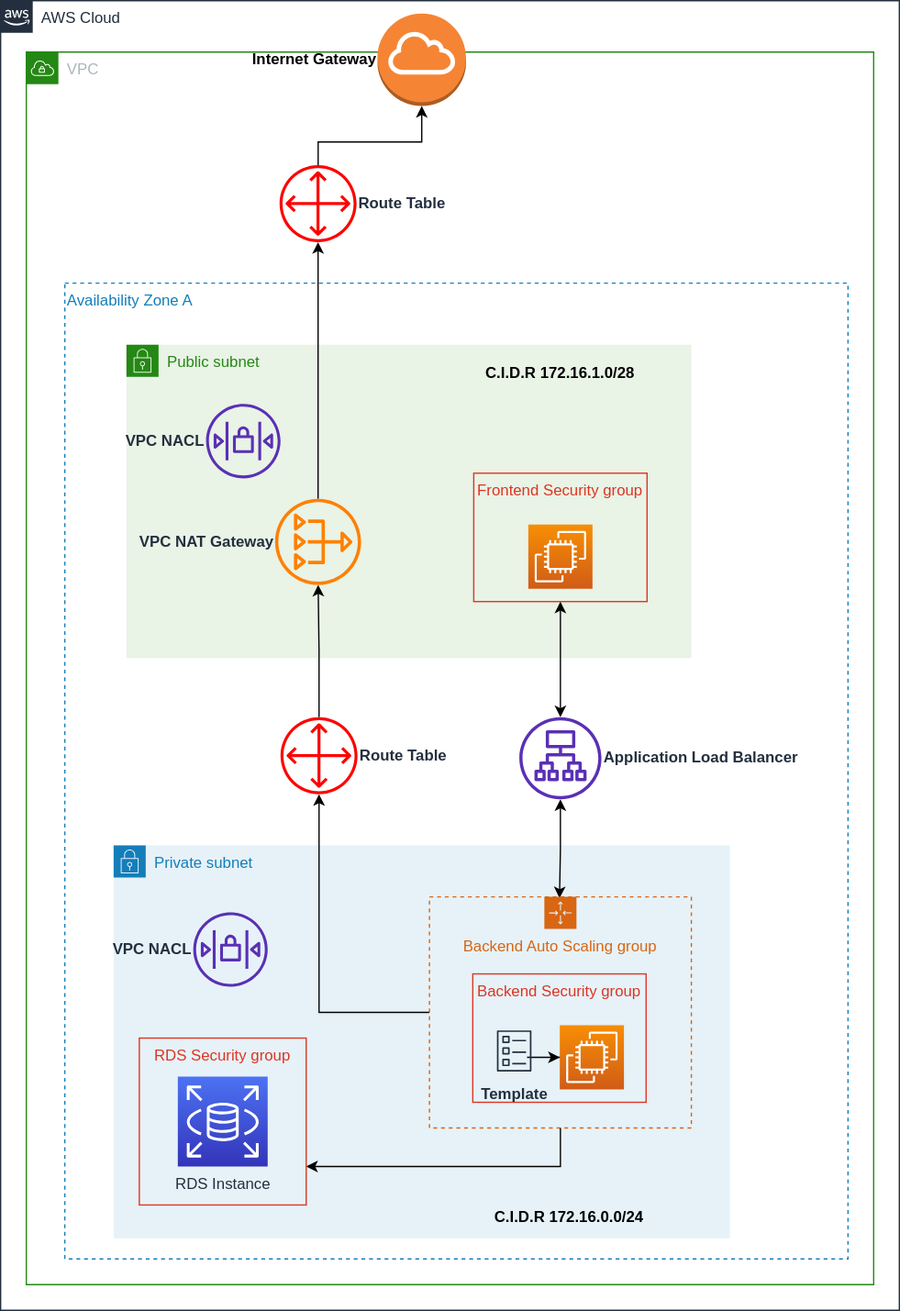
Before: Evidences/05 - Simple Architecture.svg, a diagram exported from draw.io (andresbelo12/perficient-ramp-up). Source tidied: cells renumbered, new cells last; positions are measured from the earlier drawing's top-left corner, leaving out a move shared by most shapes. Its diagram source:
```xml
<mxGraphModel>
  <root>
    <mxCell id="0" />
    <mxCell id="1" parent="0" />
    <mxCell id="2" value="AWS Cloud" style="gradientColor=none;html=1;whiteSpace=wrap;fontSize=12;fontStyle=0;shape=mxgraph.aws4.group;grIcon=mxgraph.aws4.group_aws_cloud_alt;strokeColor=#232F3E;fillColor=none;verticalAlign=top;align=left;spacingLeft=30;fontColor=#232F3E;dashed=0;labelBackgroundColor=none;fontFamily=Helvetica;" parent="1" vertex="1">
      <mxGeometry width="700" height="1020" as="geometry" />
    </mxCell>
    <mxCell id="3" value="VPC" style="gradientColor=none;html=1;whiteSpace=wrap;fontSize=12;fontStyle=0;shape=mxgraph.aws4.group;grIcon=mxgraph.aws4.group_vpc;strokeColor=#248814;fillColor=none;verticalAlign=top;align=left;spacingLeft=30;fontColor=#AAB7B8;dashed=0;labelBackgroundColor=none;fontFamily=Helvetica;" parent="1" vertex="1">
      <mxGeometry x="20" y="40" width="660" height="960" as="geometry" />
    </mxCell>
    <mxCell id="4" value="Availability Zone A" style="fillColor=none;strokeColor=#147EBA;dashed=1;verticalAlign=top;fontStyle=0;fontColor=#147EBA;labelBackgroundColor=none;fontFamily=Helvetica;align=left;" parent="1" vertex="1">
      <mxGeometry x="50" y="220" width="610" height="760" as="geometry" />
    </mxCell>
    <mxCell id="5" value="Private subnet" style="gradientColor=none;html=1;whiteSpace=wrap;fontSize=12;fontStyle=0;shape=mxgraph.aws4.group;grIcon=mxgraph.aws4.group_security_group;grStroke=0;strokeColor=#147EBA;fillColor=#E6F2F8;verticalAlign=top;align=left;spacingLeft=30;fontColor=#147EBA;dashed=0;" parent="1" vertex="1">
      <mxGeometry x="88" y="658" width="480" height="306" as="geometry" />
    </mxCell>
    <mxCell id="6" value="Public subnet" style="gradientColor=none;html=1;whiteSpace=wrap;fontSize=12;fontStyle=0;shape=mxgraph.aws4.group;grIcon=mxgraph.aws4.group_security_group;grStroke=0;strokeColor=#248814;fillColor=#E9F3E6;verticalAlign=top;align=left;spacingLeft=30;fontColor=#248814;dashed=0;" parent="1" vertex="1">
      <mxGeometry x="98" y="268" width="440" height="244" as="geometry" />
    </mxCell>
    <mxCell id="7" value="Backend Security group" style="fillColor=none;strokeColor=#DD3522;verticalAlign=top;fontStyle=0;fontColor=#DD3522;" parent="1" vertex="1">
      <mxGeometry x="367.8" y="758" width="135" height="100" as="geometry" />
    </mxCell>
    <mxCell id="8" value="RDS Instance" style="fontColor=#232F3E;gradientColor=#4D72F3;gradientDirection=north;fillColor=#3334B9;strokeColor=#ffffff;dashed=0;verticalLabelPosition=bottom;verticalAlign=top;align=center;html=1;fontSize=12;fontStyle=0;shape=mxgraph.aws4.resourceIcon;resIcon=mxgraph.aws4.rds;" parent="1" vertex="1">
      <mxGeometry x="138" y="838" width="70" height="70" as="geometry" />
    </mxCell>
    <mxCell id="9" style="edgeStyle=orthogonalEdgeStyle;rounded=0;jettySize=auto;html=1;entryX=0.75;entryY=0.625;entryDx=0;entryDy=0;entryPerimeter=0;startArrow=classic;startFill=1;endArrow=none;endFill=0;" parent="1" edge="1" source="10" target="25">
      <mxGeometry relative="1" as="geometry" />
    </mxCell>
    <mxCell id="10" style="points=[[0,0,0],[0.25,0,0],[0.5,0,0],[0.75,0,0],[1,0,0],[0,1,0],[0.25,1,0],[0.5,1,0],[0.75,1,0],[1,1,0],[0,0.25,0],[0,0.5,0],[0,0.75,0],[1,0.25,0],[1,0.5,0],[1,0.75,0]];outlineConnect=0;fontColor=#232F3E;gradientColor=#F78E04;gradientDirection=north;fillColor=#D05C17;strokeColor=#ffffff;dashed=0;verticalLabelPosition=bottom;verticalAlign=top;align=center;html=1;fontSize=12;fontStyle=0;shape=mxgraph.aws4.resourceIcon;resIcon=mxgraph.aws4.ec2;" parent="1" vertex="1">
      <mxGeometry x="435.5" y="798" width="50" height="50" as="geometry" />
    </mxCell>
    <mxCell id="11" style="edgeStyle=orthogonalEdgeStyle;rounded=0;jettySize=auto;html=1;" parent="1" edge="1" source="13" target="16">
      <mxGeometry relative="1" as="geometry" />
    </mxCell>
    <mxCell id="12" style="edgeStyle=orthogonalEdgeStyle;rounded=0;jettySize=auto;html=1;entryX=0;entryY=0.5;entryDx=0;entryDy=0;startArrow=classic;startFill=1;endArrow=none;endFill=0;" parent="1" edge="1" source="13" target="26">
      <mxGeometry relative="1" as="geometry">
        <Array as="points">
          <mxPoint x="248" y="788" />
        </Array>
      </mxGeometry>
    </mxCell>
    <mxCell id="13" value="Route Table" style="outlineConnect=0;fontColor=#232F3E;gradientColor=none;strokeColor=none;dashed=0;verticalLabelPosition=middle;verticalAlign=middle;align=left;html=1;fontSize=12;fontStyle=1;shape=mxgraph.aws4.customer_gateway;fillColor=#FF0000;labelPosition=right;" parent="1" vertex="1">
      <mxGeometry x="218" y="558" width="60" height="60" as="geometry" />
    </mxCell>
    <mxCell id="14" value="VPC NACL" style="fontColor=#232F3E;gradientColor=none;fillColor=#5A30B5;strokeColor=none;dashed=0;verticalLabelPosition=middle;verticalAlign=middle;align=right;html=1;fontSize=12;fontStyle=1;shape=mxgraph.aws4.network_access_control_list;labelPosition=left;" parent="1" vertex="1">
      <mxGeometry x="160" y="314" width="58" height="58" as="geometry" />
    </mxCell>
    <mxCell id="15" style="edgeStyle=orthogonalEdgeStyle;rounded=0;jettySize=auto;html=1;" parent="1" edge="1" source="16" target="23">
      <mxGeometry relative="1" as="geometry" />
    </mxCell>
    <mxCell id="16" value="VPC NAT Gateway" style="outlineConnect=0;fontColor=#232F3E;gradientColor=none;strokeColor=none;dashed=0;verticalLabelPosition=middle;verticalAlign=middle;align=right;html=1;fontSize=12;fontStyle=1;shape=mxgraph.aws4.nat_gateway;fillColor=#FF8000;labelBackgroundColor=none;labelBorderColor=none;fontFamily=Helvetica;labelPosition=left;" parent="1" vertex="1">
      <mxGeometry x="213.8" y="388" width="67" height="67" as="geometry" />
    </mxCell>
    <mxCell id="17" value="Frontend Security group" style="fillColor=none;strokeColor=#DD3522;verticalAlign=top;fontStyle=0;fontColor=#DD3522;" parent="1" vertex="1">
      <mxGeometry x="368.5" y="368" width="135" height="100" as="geometry" />
    </mxCell>
    <mxCell id="18" style="edgeStyle=orthogonalEdgeStyle;rounded=0;jettySize=auto;html=1;fontFamily=Helvetica;startArrow=classic;startFill=1;endArrow=classic;endFill=1;exitX=0.5;exitY=1;exitDx=0;exitDy=0;" parent="1" edge="1" source="17" target="21">
      <mxGeometry relative="1" as="geometry" />
    </mxCell>
    <mxCell id="19" style="points=[[0,0,0],[0.25,0,0],[0.5,0,0],[0.75,0,0],[1,0,0],[0,1,0],[0.25,1,0],[0.5,1,0],[0.75,1,0],[1,1,0],[0,0.25,0],[0,0.5,0],[0,0.75,0],[1,0.25,0],[1,0.5,0],[1,0.75,0]];outlineConnect=0;fontColor=#232F3E;gradientColor=#F78E04;gradientDirection=north;fillColor=#D05C17;strokeColor=#ffffff;dashed=0;verticalLabelPosition=bottom;verticalAlign=top;align=center;html=1;fontSize=12;fontStyle=0;shape=mxgraph.aws4.resourceIcon;resIcon=mxgraph.aws4.ec2;" parent="1" vertex="1">
      <mxGeometry x="411" y="408" width="50" height="50" as="geometry" />
    </mxCell>
    <mxCell id="20" style="edgeStyle=orthogonalEdgeStyle;rounded=0;jettySize=auto;html=1;fontFamily=Helvetica;startArrow=classic;startFill=1;endArrow=classic;endFill=1;" parent="1" edge="1" source="21">
      <mxGeometry relative="1" as="geometry">
        <mxPoint x="435.3" y="699" as="targetPoint" />
      </mxGeometry>
    </mxCell>
    <mxCell id="21" value="&lt;span style=&quot;font-weight: 700&quot;&gt;Application Load Balancer&lt;/span&gt;" style="outlineConnect=0;fontColor=#232F3E;gradientColor=none;fillColor=#5A30B5;strokeColor=none;dashed=0;verticalLabelPosition=middle;verticalAlign=middle;align=left;html=1;fontSize=12;fontStyle=0;shape=mxgraph.aws4.application_load_balancer;labelBackgroundColor=none;fontFamily=Helvetica;labelPosition=right;" parent="1" vertex="1">
      <mxGeometry x="404" y="558" width="64" height="64" as="geometry" />
    </mxCell>
    <mxCell id="22" style="edgeStyle=orthogonalEdgeStyle;rounded=0;jettySize=auto;html=1;entryX=0.5;entryY=1;entryDx=0;entryDy=0;entryPerimeter=0;startArrow=none;startFill=0;endArrow=classic;endFill=1;" parent="1" edge="1" source="23" target="24">
      <mxGeometry relative="1" as="geometry">
        <Array as="points">
          <mxPoint x="247" y="110" />
          <mxPoint x="328" y="110" />
        </Array>
      </mxGeometry>
    </mxCell>
    <mxCell id="23" value="Route Table" style="outlineConnect=0;fontColor=#232F3E;gradientColor=none;strokeColor=none;dashed=0;verticalLabelPosition=middle;verticalAlign=middle;align=left;html=1;fontSize=12;fontStyle=1;shape=mxgraph.aws4.customer_gateway;fillColor=#FF0000;labelPosition=right;" parent="1" vertex="1">
      <mxGeometry x="217.2" y="128" width="60" height="60" as="geometry" />
    </mxCell>
    <mxCell id="24" value="Internet Gateway" style="outlineConnect=0;dashed=0;verticalLabelPosition=middle;verticalAlign=middle;align=right;html=1;shape=mxgraph.aws3.internet_gateway;fillColor=#F58534;gradientColor=none;labelBackgroundColor=none;fontFamily=Helvetica;fontStyle=1;labelPosition=left;" parent="1" vertex="1">
      <mxGeometry x="293.5" y="10" width="69" height="72" as="geometry" />
    </mxCell>
    <mxCell id="25" value="&lt;b&gt;Template&lt;/b&gt;" style="outlineConnect=0;fontColor=#232F3E;gradientColor=none;strokeColor=#232F3E;dashed=0;verticalLabelPosition=bottom;verticalAlign=top;align=center;html=1;fontSize=12;fontStyle=0;shape=mxgraph.aws4.resourceIcon;resIcon=mxgraph.aws4.template;fillColor=none;" parent="1" vertex="1">
      <mxGeometry x="380" y="798" width="40" height="40" as="geometry" />
    </mxCell>
    <mxCell id="26" value="Backend Auto Scaling group" style="points=[[0,0],[0.25,0],[0.5,0],[0.75,0],[1,0],[1,0.25],[1,0.5],[1,0.75],[1,1],[0.75,1],[0.5,1],[0.25,1],[0,1],[0,0.75],[0,0.5],[0,0.25]];outlineConnect=0;gradientColor=none;html=1;whiteSpace=wrap;fontSize=12;fontStyle=0;shape=mxgraph.aws4.groupCenter;grIcon=mxgraph.aws4.group_auto_scaling_group;grStroke=1;strokeColor=#D86613;fillColor=none;verticalAlign=top;align=center;fontColor=#D86613;dashed=1;spacingTop=25;" parent="1" vertex="1">
      <mxGeometry x="334" y="698" width="204" height="180" as="geometry" />
    </mxCell>
    <mxCell id="27" style="edgeStyle=orthogonalEdgeStyle;rounded=0;jettySize=auto;html=1;startArrow=classic;startFill=1;endArrow=none;endFill=0;" parent="1" edge="1" source="28" target="26">
      <mxGeometry relative="1" as="geometry">
        <Array as="points">
          <mxPoint x="436" y="908" />
        </Array>
      </mxGeometry>
    </mxCell>
    <mxCell id="28" value="RDS Security group" style="fillColor=none;strokeColor=#DD3522;verticalAlign=top;fontStyle=0;fontColor=#DD3522;" parent="1" vertex="1">
      <mxGeometry x="108" y="808" width="130" height="130" as="geometry" />
    </mxCell>
    <mxCell id="29" value="&lt;b&gt;C.I.D.R&amp;nbsp;172.16.1.0/28&lt;/b&gt;" style="text;html=1;strokeColor=none;fillColor=none;align=center;verticalAlign=middle;whiteSpace=wrap;rounded=0;" parent="1" vertex="1">
      <mxGeometry x="361" y="280" width="150" height="20" as="geometry" />
    </mxCell>
    <mxCell id="30" value="&lt;b&gt;C.I.D.R&amp;nbsp;172.16.0.0/24&lt;/b&gt;" style="text;html=1;strokeColor=none;fillColor=none;align=center;verticalAlign=middle;whiteSpace=wrap;rounded=0;" parent="1" vertex="1">
      <mxGeometry x="367.8" y="938" width="150" height="20" as="geometry" />
    </mxCell>
    <mxCell id="31" value="VPC NACL" style="fontColor=#232F3E;gradientColor=none;fillColor=#5A30B5;strokeColor=none;dashed=0;verticalLabelPosition=middle;verticalAlign=middle;align=right;html=1;fontSize=12;fontStyle=1;shape=mxgraph.aws4.network_access_control_list;labelPosition=left;" parent="1" vertex="1">
      <mxGeometry x="150" y="710" width="58" height="58" as="geometry" />
    </mxCell>
  </root>
</mxGraphModel>
```
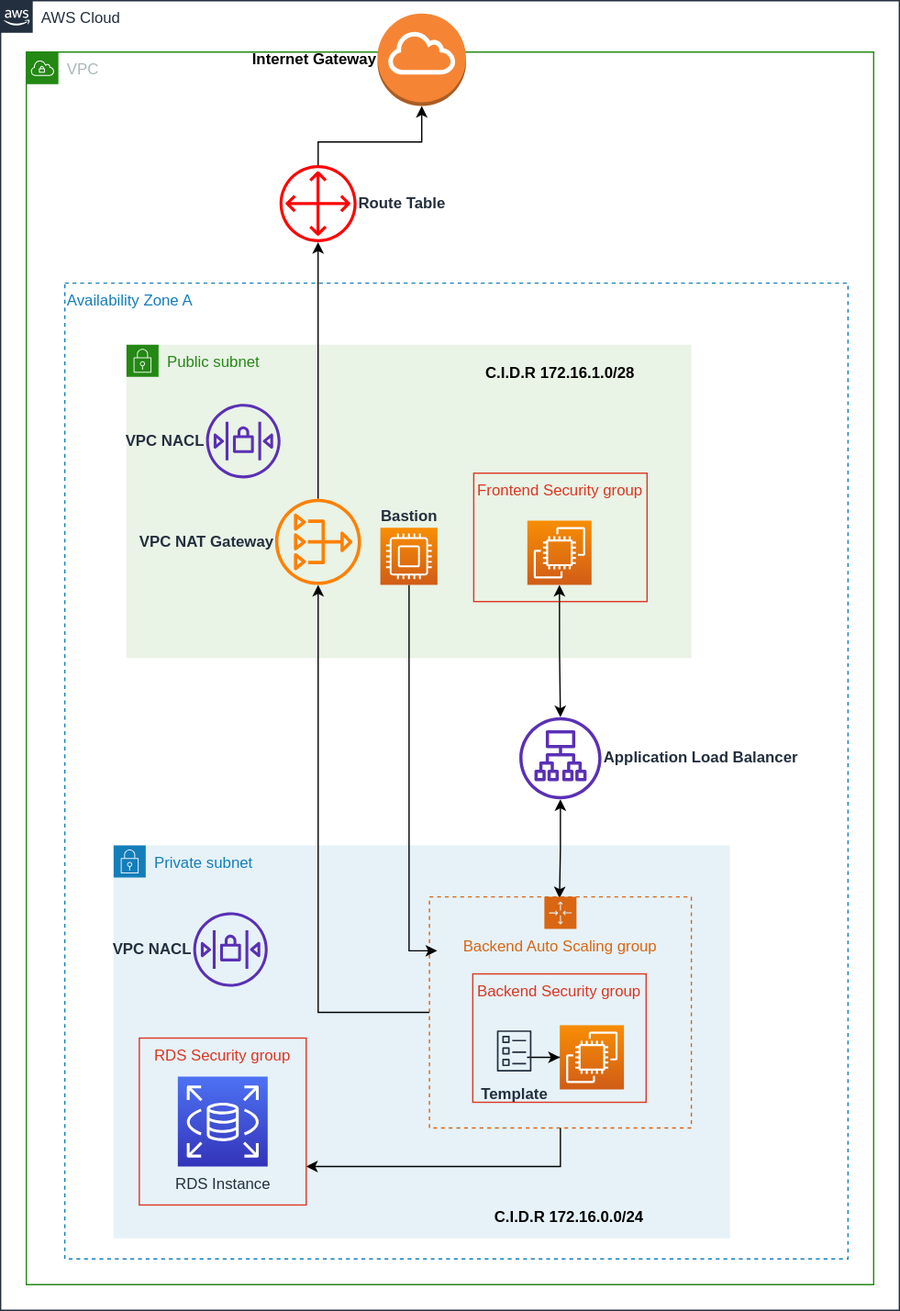
Later version of the same file.

Diff of the diagram source:
```diff
@@ -29,19 +29,13 @@
     <mxCell id="10" style="points=[[0,0,0],[0.25,0,0],[0.5,0,0],[0.75,0,0],[1,0,0],[0,1,0],[0.25,1,0],[0.5,1,0],[0.75,1,0],[1,1,0],[0,0.25,0],[0,0.5,0],[0,0.75,0],[1,0.25,0],[1,0.5,0],[1,0.75,0]];outlineConnect=0;fontColor=#232F3E;gradientColor=#F78E04;gradientDirection=north;fillColor=#D05C17;strokeColor=#ffffff;dashed=0;verticalLabelPosition=bottom;verticalAlign=top;align=center;html=1;fontSize=12;fontStyle=0;shape=mxgraph.aws4.resourceIcon;resIcon=mxgraph.aws4.ec2;" parent="1" vertex="1">
       <mxGeometry x="435.5" y="798" width="50" height="50" as="geometry" />
     </mxCell>
-    <mxCell id="11" style="edgeStyle=orthogonalEdgeStyle;rounded=0;jettySize=auto;html=1;" parent="1" edge="1" source="13" target="16">
-      <mxGeometry relative="1" as="geometry" />
-    </mxCell>
-    <mxCell id="12" style="edgeStyle=orthogonalEdgeStyle;rounded=0;jettySize=auto;html=1;entryX=0;entryY=0.5;entryDx=0;entryDy=0;startArrow=classic;startFill=1;endArrow=none;endFill=0;" parent="1" edge="1" source="13" target="26">
+    <mxCell id="12" style="edgeStyle=orthogonalEdgeStyle;rounded=0;jettySize=auto;html=1;entryX=0;entryY=0.5;entryDx=0;entryDy=0;startArrow=classic;startFill=1;endArrow=none;endFill=0;" parent="1" edge="1" source="16" target="26">
       <mxGeometry relative="1" as="geometry">
         <Array as="points">
-          <mxPoint x="248" y="788" />
+          <mxPoint x="247" y="788" />
         </Array>
       </mxGeometry>
     </mxCell>
-    <mxCell id="13" value="Route Table" style="outlineConnect=0;fontColor=#232F3E;gradientColor=none;strokeColor=none;dashed=0;verticalLabelPosition=middle;verticalAlign=middle;align=left;html=1;fontSize=12;fontStyle=1;shape=mxgraph.aws4.customer_gateway;fillColor=#FF0000;labelPosition=right;" parent="1" vertex="1">
-      <mxGeometry x="218" y="558" width="60" height="60" as="geometry" />
-    </mxCell>
     <mxCell id="14" value="VPC NACL" style="fontColor=#232F3E;gradientColor=none;fillColor=#5A30B5;strokeColor=none;dashed=0;verticalLabelPosition=middle;verticalAlign=middle;align=right;html=1;fontSize=12;fontStyle=1;shape=mxgraph.aws4.network_access_control_list;labelPosition=left;" parent="1" vertex="1">
       <mxGeometry x="160" y="314" width="58" height="58" as="geometry" />
     </mxCell>
@@ -54,11 +48,11 @@
     <mxCell id="17" value="Frontend Security group" style="fillColor=none;strokeColor=#DD3522;verticalAlign=top;fontStyle=0;fontColor=#DD3522;" parent="1" vertex="1">
       <mxGeometry x="368.5" y="368" width="135" height="100" as="geometry" />
     </mxCell>
-    <mxCell id="18" style="edgeStyle=orthogonalEdgeStyle;rounded=0;jettySize=auto;html=1;fontFamily=Helvetica;startArrow=classic;startFill=1;endArrow=classic;endFill=1;exitX=0.5;exitY=1;exitDx=0;exitDy=0;" parent="1" edge="1" source="17" target="21">
+    <mxCell id="18" style="edgeStyle=orthogonalEdgeStyle;rounded=0;jettySize=auto;html=1;fontFamily=Helvetica;startArrow=classic;startFill=1;endArrow=classic;endFill=1;exitX=0.5;exitY=1;exitDx=0;exitDy=0;exitPerimeter=0;" parent="1" edge="1" source="19" target="21">
       <mxGeometry relative="1" as="geometry" />
     </mxCell>
     <mxCell id="19" style="points=[[0,0,0],[0.25,0,0],[0.5,0,0],[0.75,0,0],[1,0,0],[0,1,0],[0.25,1,0],[0.5,1,0],[0.75,1,0],[1,1,0],[0,0.25,0],[0,0.5,0],[0,0.75,0],[1,0.25,0],[1,0.5,0],[1,0.75,0]];outlineConnect=0;fontColor=#232F3E;gradientColor=#F78E04;gradientDirection=north;fillColor=#D05C17;strokeColor=#ffffff;dashed=0;verticalLabelPosition=bottom;verticalAlign=top;align=center;html=1;fontSize=12;fontStyle=0;shape=mxgraph.aws4.resourceIcon;resIcon=mxgraph.aws4.ec2;" parent="1" vertex="1">
-      <mxGeometry x="411" y="408" width="50" height="50" as="geometry" />
+      <mxGeometry x="410.2" y="405" width="50" height="50" as="geometry" />
     </mxCell>
     <mxCell id="20" style="edgeStyle=orthogonalEdgeStyle;rounded=0;jettySize=auto;html=1;fontFamily=Helvetica;startArrow=classic;startFill=1;endArrow=classic;endFill=1;" parent="1" edge="1" source="21">
       <mxGeometry relative="1" as="geometry">
@@ -107,5 +101,16 @@
     <mxCell id="31" value="VPC NACL" style="fontColor=#232F3E;gradientColor=none;fillColor=#5A30B5;strokeColor=none;dashed=0;verticalLabelPosition=middle;verticalAlign=middle;align=right;html=1;fontSize=12;fontStyle=1;shape=mxgraph.aws4.network_access_control_list;labelPosition=left;" parent="1" vertex="1">
       <mxGeometry x="150" y="710" width="58" height="58" as="geometry" />
     </mxCell>
+    <mxCell id="32" style="edgeStyle=orthogonalEdgeStyle;rounded=0;jettySize=auto;html=1;" parent="1" edge="1" source="33">
+      <mxGeometry relative="1" as="geometry">
+        <mxPoint x="340" y="740" as="targetPoint" />
+        <Array as="points">
+          <mxPoint x="318" y="740" />
+        </Array>
+      </mxGeometry>
+    </mxCell>
+    <mxCell id="33" value="Bastion" style="points=[[0,0,0],[0.25,0,0],[0.5,0,0],[0.75,0,0],[1,0,0],[0,1,0],[0.25,1,0],[0.5,1,0],[0.75,1,0],[1,1,0],[0,0.25,0],[0,0.5,0],[0,0.75,0],[1,0.25,0],[1,0.5,0],[1,0.75,0]];outlineConnect=0;fontColor=#232F3E;gradientColor=#F78E04;gradientDirection=north;fillColor=#D05C17;strokeColor=#ffffff;dashed=0;verticalLabelPosition=top;verticalAlign=bottom;align=center;html=1;fontSize=12;fontStyle=1;shape=mxgraph.aws4.resourceIcon;resIcon=mxgraph.aws4.compute;labelPosition=center;" parent="1" vertex="1">
+      <mxGeometry x="295.8" y="410.5" width="44.5" height="44.5" as="geometry" />
+    </mxCell>
   </root>
 </mxGraphModel>
```
